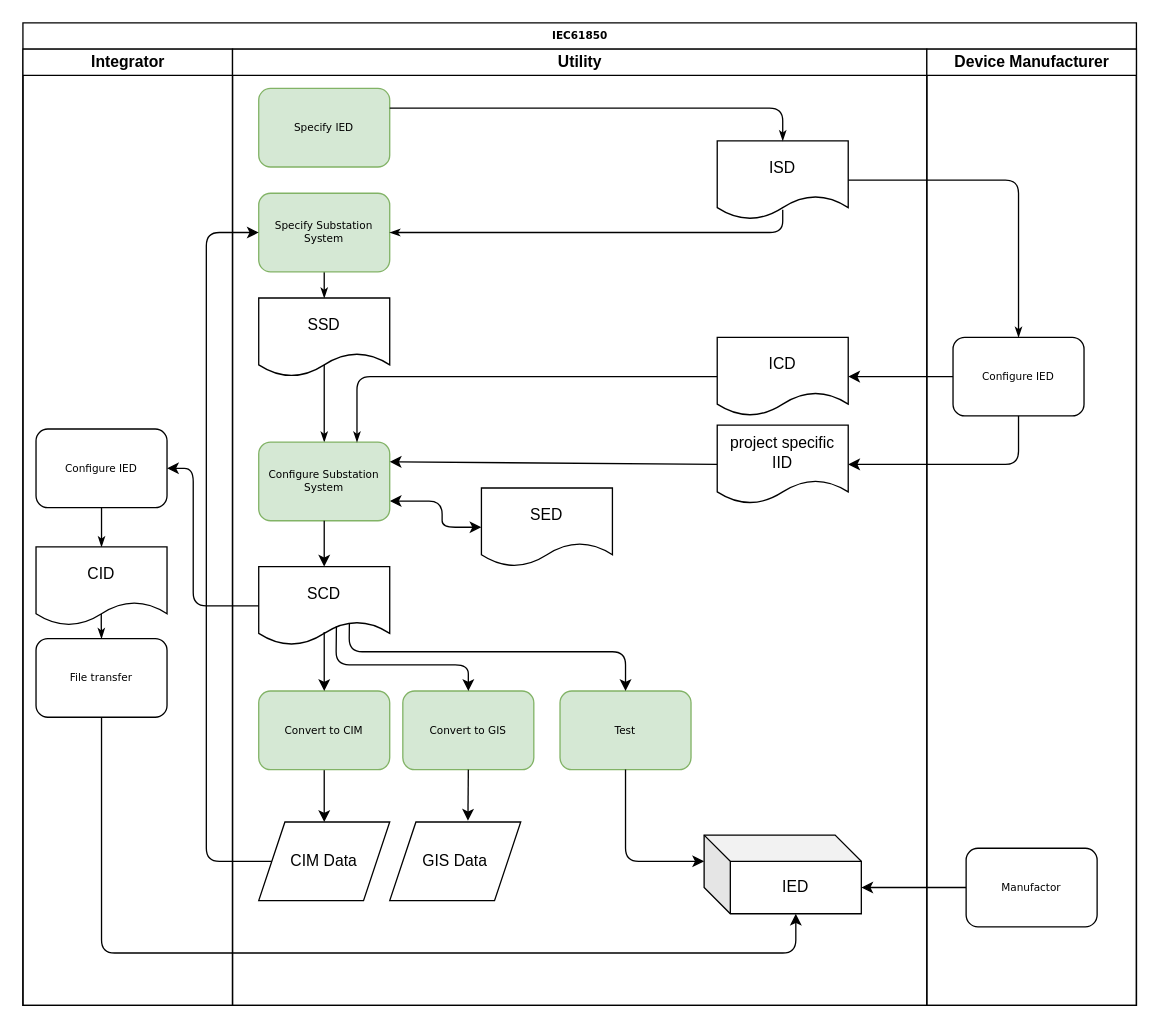
Before: page "61850" (1 of 5) of blob-files/CoMPAS.drawio in com-pas/compas-architecture, a draw.io diagram. Source tidied: cells renumbered, new cells numbered last; positions are measured from the earlier drawing's top-left corner, leaving out a move shared by most shapes. Both pictures are drawn from the tidied source at 131%, with x=0, y=0 at pixel (22, 22).
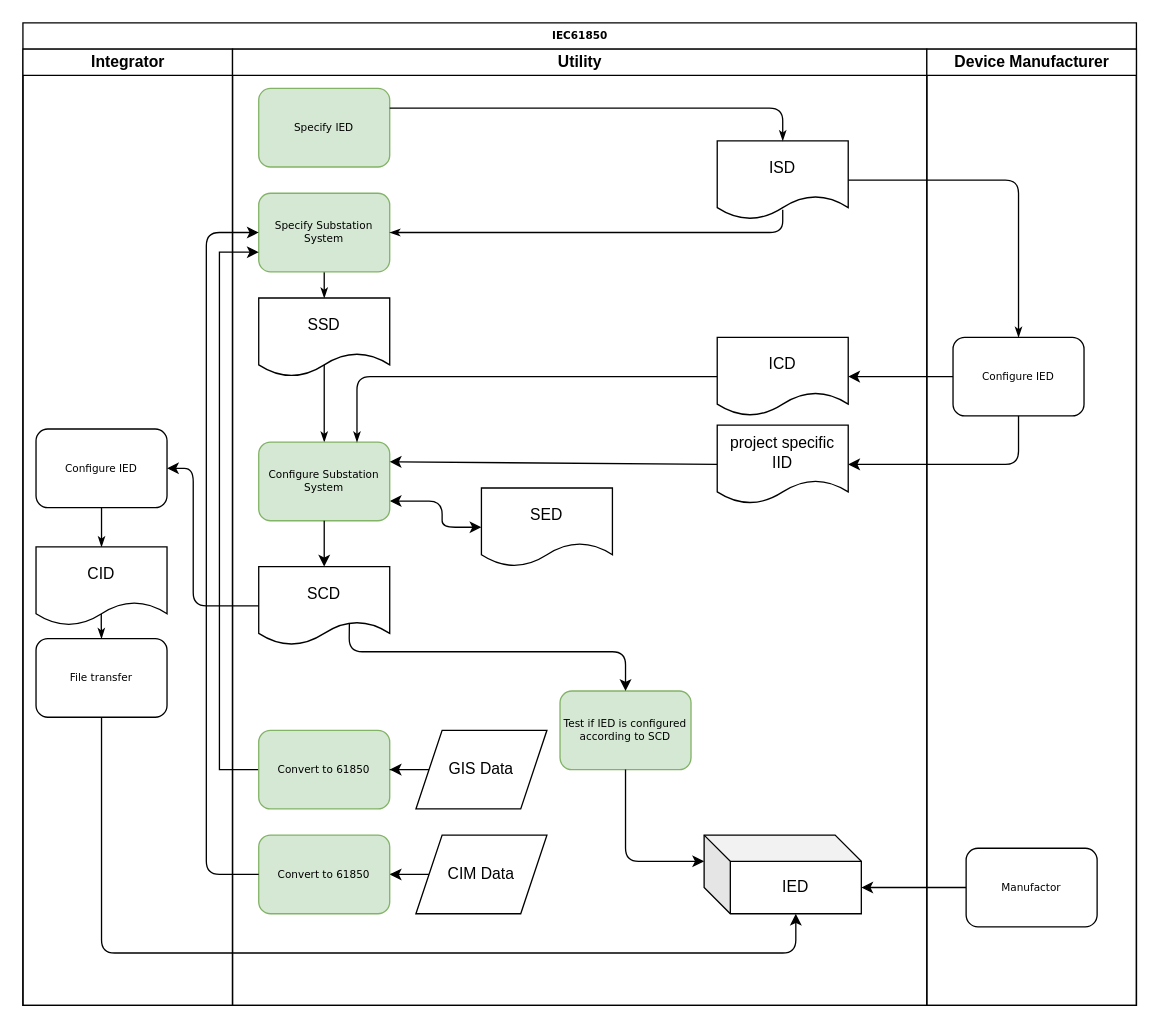
Above is the later version.

The change refers to these unchanged cells:
```xml
<mxCell id="9" value="Utility" style="swimlane;html=1;startSize=20;" parent="2" vertex="1">
  <mxGeometry x="160" y="20" width="530" height="730" as="geometry" />
</mxCell>
<mxCell id="12" value="SCD" style="shape=document;whiteSpace=wrap;html=1;boundedLbl=1;" parent="9" vertex="1">
  <mxGeometry x="20" y="395" width="100" height="60" as="geometry" />
</mxCell>
<mxCell id="17" value="Specify Substation System" style="rounded=1;whiteSpace=wrap;html=1;shadow=0;labelBackgroundColor=none;strokeWidth=1;fontFamily=Verdana;fontSize=8;align=center;fillColor=#d5e8d4;strokeColor=#82b366;" parent="9" vertex="1">
  <mxGeometry x="20" y="110" width="100" height="60" as="geometry" />
</mxCell>
```

The edit, as a diff of the source:
```diff
@@
-    <mxCell id="10" style="endArrow=classic;html=1;exitX=0.5;exitY=1;exitDx=0;exitDy=0;entryX=0.5;entryY=0;entryDx=0;entryDy=0;" parent="9" edge="1" source="18" target="11">
-      <mxGeometry relative="1" as="geometry" />
-    </mxCell>
+    <mxCell id="49" style="edgeStyle=orthogonalEdgeStyle;rounded=0;jettySize=auto;html=1;" parent="9" edge="1" source="11" target="18">
+      <mxGeometry relative="1" as="geometry" />
+    </mxCell>
     <mxCell id="11" value="CIM Data" style="shape=parallelogram;perimeter=parallelogramPerimeter;whiteSpace=wrap;html=1;fixedSize=1;" parent="9" vertex="1">
-      <mxGeometry x="20" y="590" width="100" height="60" as="geometry" />
+      <mxGeometry x="140" y="600" width="100" height="60" as="geometry" />
     </mxCell>
@@
-    <mxCell id="18" value="Convert to CIM" style="rounded=1;whiteSpace=wrap;html=1;shadow=0;labelBackgroundColor=none;strokeWidth=1;fontFamily=Verdana;fontSize=8;align=center;fillColor=#d5e8d4;strokeColor=#82b366;" parent="9" vertex="1">
-      <mxGeometry x="20" y="490" width="100" height="60" as="geometry" />
+    <mxCell id="18" value="Convert to 61850" style="rounded=1;whiteSpace=wrap;html=1;shadow=0;labelBackgroundColor=none;strokeWidth=1;fontFamily=Verdana;fontSize=8;align=center;fillColor=#d5e8d4;strokeColor=#82b366;" parent="9" vertex="1">
+      <mxGeometry x="20" y="600" width="100" height="60" as="geometry" />
     </mxCell>
@@
+    <mxCell id="50" style="edgeStyle=orthogonalEdgeStyle;rounded=0;jettySize=auto;html=1;entryX=0;entryY=0.75;entryDx=0;entryDy=0;" parent="9" edge="1" source="21" target="17">
+      <mxGeometry relative="1" as="geometry">
+        <Array as="points">
+          <mxPoint x="-10" y="550" />
+          <mxPoint x="-10" y="155" />
+        </Array>
+      </mxGeometry>
+    </mxCell>
-    <mxCell id="21" value="Convert to GIS" style="rounded=1;whiteSpace=wrap;html=1;shadow=0;labelBackgroundColor=none;strokeWidth=1;fontFamily=Verdana;fontSize=8;align=center;fillColor=#d5e8d4;strokeColor=#82b366;" parent="9" vertex="1">
-      <mxGeometry x="130" y="490" width="100" height="60" as="geometry" />
+    <mxCell id="21" value="Convert to 61850" style="rounded=1;whiteSpace=wrap;html=1;shadow=0;labelBackgroundColor=none;strokeWidth=1;fontFamily=Verdana;fontSize=8;align=center;fillColor=#d5e8d4;strokeColor=#82b366;" parent="9" vertex="1">
+      <mxGeometry x="20" y="520" width="100" height="60" as="geometry" />
     </mxCell>
-    <mxCell id="22" style="endArrow=classic;html=1;exitX=0.5;exitY=1;exitDx=0;exitDy=0;entryX=0.597;entryY=-0.017;entryDx=0;entryDy=0;entryPerimeter=0;" parent="9" edge="1" source="21" target="23">
-      <mxGeometry relative="1" as="geometry" />
-    </mxCell>
+    <mxCell id="51" style="edgeStyle=orthogonalEdgeStyle;rounded=0;jettySize=auto;html=1;" parent="9" edge="1" source="23" target="21">
+      <mxGeometry relative="1" as="geometry" />
+    </mxCell>
     <mxCell id="23" value="GIS Data" style="shape=parallelogram;perimeter=parallelogramPerimeter;whiteSpace=wrap;html=1;fixedSize=1;" parent="9" vertex="1">
-      <mxGeometry x="120" y="590" width="100" height="60" as="geometry" />
+      <mxGeometry x="140" y="520" width="100" height="60" as="geometry" />
     </mxCell>
@@
-    <mxCell id="26" value="Test" style="rounded=1;whiteSpace=wrap;html=1;shadow=0;labelBackgroundColor=none;strokeWidth=1;fontFamily=Verdana;fontSize=8;align=center;fillColor=#d5e8d4;strokeColor=#82b366;" parent="9" vertex="1">
+    <mxCell id="26" value="Test if IED is configured according to SCD" style="rounded=1;whiteSpace=wrap;html=1;shadow=0;labelBackgroundColor=none;strokeWidth=1;fontFamily=Verdana;fontSize=8;align=center;fillColor=#d5e8d4;strokeColor=#82b366;" parent="9" vertex="1">
       <mxGeometry x="250" y="490" width="100" height="60" as="geometry" />
     </mxCell>
-    <mxCell id="27" style="endArrow=classic;html=1;entryX=0.5;entryY=0;entryDx=0;entryDy=0;" parent="9" edge="1" target="18">
-      <mxGeometry relative="1" as="geometry">
-        <mxPoint x="70" y="445" as="sourcePoint" />
-      </mxGeometry>
-    </mxCell>
-    <mxCell id="28" style="endArrow=classic;html=1;entryX=0.5;entryY=0;entryDx=0;entryDy=0;exitX=0.593;exitY=0.76;exitDx=0;exitDy=0;exitPerimeter=0;" parent="9" edge="1" source="12" target="21">
-      <mxGeometry relative="1" as="geometry">
-        <Array as="points">
-          <mxPoint x="79" y="470" />
-          <mxPoint x="180" y="470" />
-        </Array>
-      </mxGeometry>
-    </mxCell>
@@
-    <mxCell id="31" style="endArrow=classic;html=1;exitX=0;exitY=0.5;exitDx=0;exitDy=0;entryX=0;entryY=0.5;entryDx=0;entryDy=0;" parent="9" edge="1" source="11" target="17">
+    <mxCell id="31" style="endArrow=classic;html=1;exitX=0;exitY=0.5;exitDx=0;exitDy=0;entryX=0;entryY=0.5;entryDx=0;entryDy=0;" parent="9" edge="1" source="18" target="17">
       <mxGeometry relative="1" as="geometry">
         <Array as="points">
-          <mxPoint x="-20" y="620" />
+          <mxPoint x="-20" y="630" />
           <mxPoint x="-20" y="140" />
         </Array>
       </mxGeometry>
     </mxCell>
```
